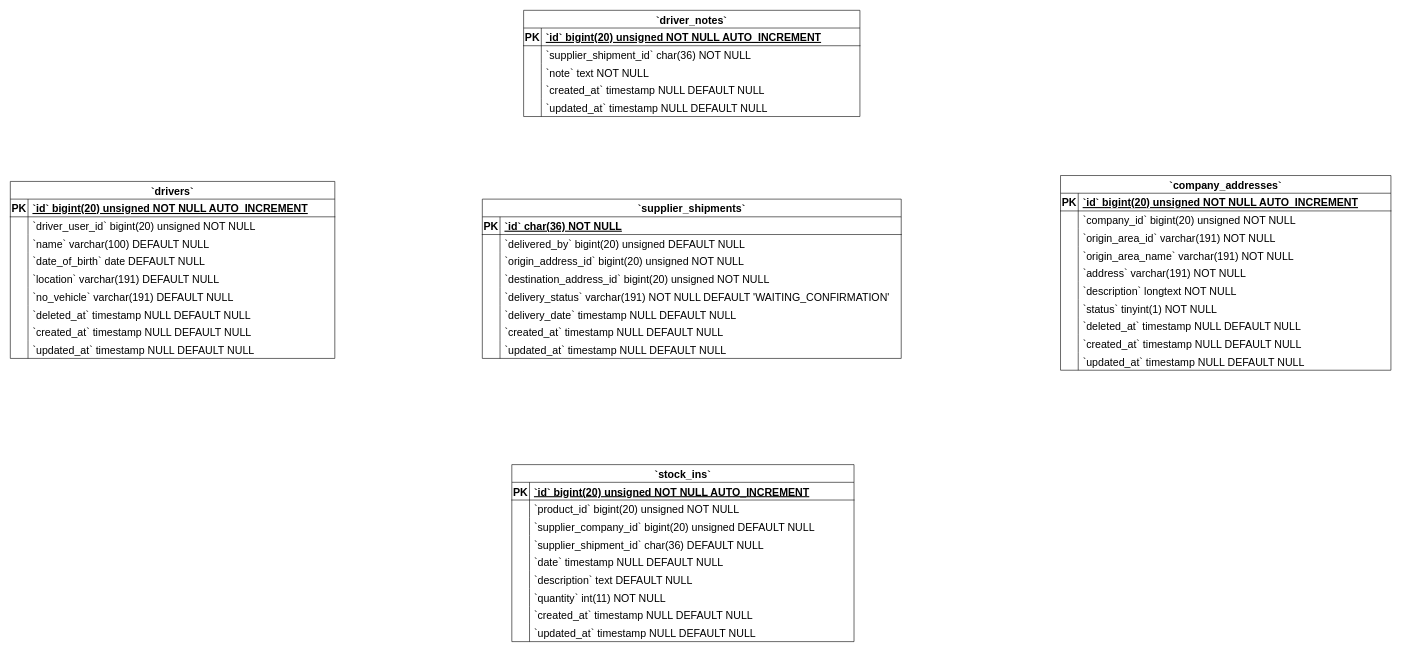
Before: Supplier Shipments ERD Diagram.drawio in Simasco/diagram, a draw.io diagram. Source tidied: cells renumbered, new cells numbered last; positions are measured from the earlier drawing's top-left corner, leaving out a move shared by most shapes. Both pictures are drawn from the tidied source at 59%, with x=0, y=0 at pixel (10, 10).
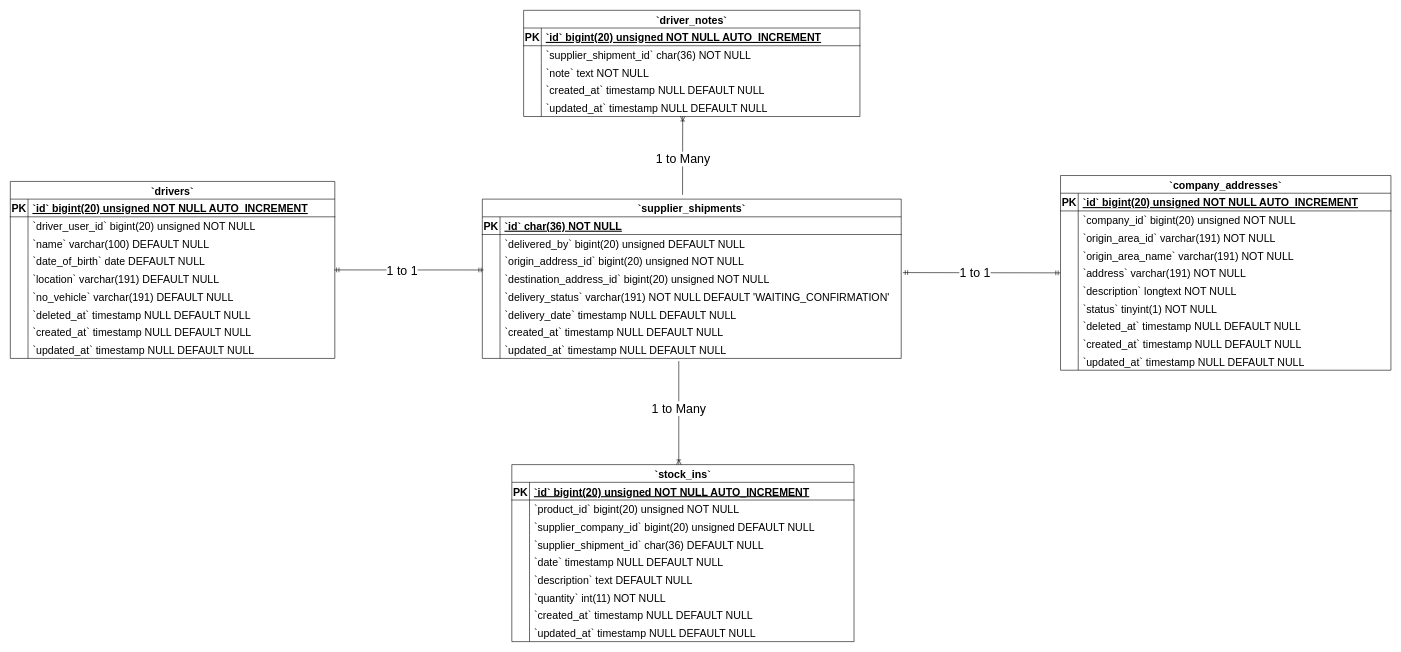
Above is the later version.

Unchanged cells that the change refers to:
```xml
<mxCell id="2" value="`supplier_shipments`" style="shape=table;startSize=30;childLayout=tableLayout;rowLines=0;fontStyle=1;align=center;fontSize=18;" parent="1" vertex="1">
  <mxGeometry x="800" y="320" width="710" height="270" as="geometry" />
</mxCell>
<mxCell id="9" style="shape=tableRow;horizontal=0;startSize=0;swimlaneHead=0;swimlaneBody=0;fillColor=none;points=[[0,0.5],[1,0.5]];portConstraint=eastwest;strokeColor=inherit;top=0;left=0;right=0;bottom=0;fontSize=18;" parent="2" vertex="1">
  <mxGeometry y="90" width="710" height="30" as="geometry" />
</mxCell>
<mxCell id="24" style="shape=tableRow;horizontal=0;startSize=0;swimlaneHead=0;swimlaneBody=0;fillColor=none;points=[[0,0.5],[1,0.5]];portConstraint=eastwest;strokeColor=inherit;top=0;left=0;right=0;bottom=0;fontSize=18;" parent="2" vertex="1">
  <mxGeometry y="240" width="710" height="30" as="geometry" />
</mxCell>
<mxCell id="68" style="shape=tableRow;horizontal=0;startSize=0;swimlaneHead=0;swimlaneBody=0;fillColor=none;points=[[0,0.5],[1,0.5]];portConstraint=eastwest;strokeColor=inherit;top=0;left=0;right=0;bottom=0;fontSize=18;" parent="55" vertex="1">
  <mxGeometry y="150" width="560" height="30" as="geometry" />
</mxCell>
<mxCell id="99" style="shape=tableRow;horizontal=0;startSize=0;swimlaneHead=0;swimlaneBody=0;fillColor=none;points=[[0,0.5],[1,0.5]];portConstraint=eastwest;strokeColor=inherit;top=0;left=0;right=0;bottom=0;fontSize=18;" parent="86" vertex="1">
  <mxGeometry y="150" width="570" height="30" as="geometry" />
</mxCell>
```

Diff of the diagram source:
```diff
@@
+    <mxCell id="130" style="fontSize=12;html=1;endArrow=ERoneToMany;rounded=0;exitX=0.469;exitY=1.15;exitDx=0;exitDy=0;exitPerimeter=0;" parent="1" edge="1" source="24">
+      <mxGeometry relative="1" as="geometry">
+        <mxPoint x="1133" y="770" as="targetPoint" />
+      </mxGeometry>
+    </mxCell>
+    <mxCell id="131" value="1 to Many" style="edgeLabel;html=1;align=center;verticalAlign=middle;fontSize=21;" parent="130" vertex="1">
+      <mxGeometry x="-0.09" relative="1" as="geometry" />
+    </mxCell>
+    <mxCell id="132" style="fontSize=12;html=1;endArrow=ERmandOne;rounded=0;exitX=1.004;exitY=1.15;exitDx=0;exitDy=0;exitPerimeter=0;entryX=0;entryY=0.5;entryDx=0;entryDy=0;endFill=0;startArrow=ERmandOne;startFill=0;" parent="1" edge="1" source="9" target="68">
+      <mxGeometry relative="1" as="geometry" />
+    </mxCell>
+    <mxCell id="133" value="1 to 1" style="edgeLabel;html=1;align=center;verticalAlign=middle;fontSize=21;" parent="132" vertex="1">
+      <mxGeometry x="-0.09" relative="1" as="geometry" />
+    </mxCell>
+    <mxCell id="134" style="fontSize=12;html=1;endArrow=ERoneToMany;rounded=0;exitX=0.478;exitY=-0.027;exitDx=0;exitDy=0;exitPerimeter=0;entryX=0.473;entryY=0.984;entryDx=0;entryDy=0;entryPerimeter=0;" parent="1" edge="1" source="2" target="99">
+      <mxGeometry relative="1" as="geometry" />
+    </mxCell>
+    <mxCell id="135" value="1 to Many" style="edgeLabel;html=1;align=center;verticalAlign=middle;fontSize=21;" parent="134" vertex="1">
+      <mxGeometry x="-0.09" relative="1" as="geometry" />
+    </mxCell>
+    <mxCell id="136" style="fontSize=12;html=1;endArrow=ERmandOne;rounded=0;entryX=0.003;entryY=1.003;entryDx=0;entryDy=0;endFill=0;startArrow=ERmandOne;startFill=0;entryPerimeter=0;" parent="1" edge="1" target="9">
+      <mxGeometry relative="1" as="geometry">
+        <mxPoint x="549" y="440" as="sourcePoint" />
+      </mxGeometry>
+    </mxCell>
+    <mxCell id="137" value="1 to 1" style="edgeLabel;html=1;align=center;verticalAlign=middle;fontSize=21;" parent="136" vertex="1">
+      <mxGeometry x="-0.09" relative="1" as="geometry" />
+    </mxCell>
```
